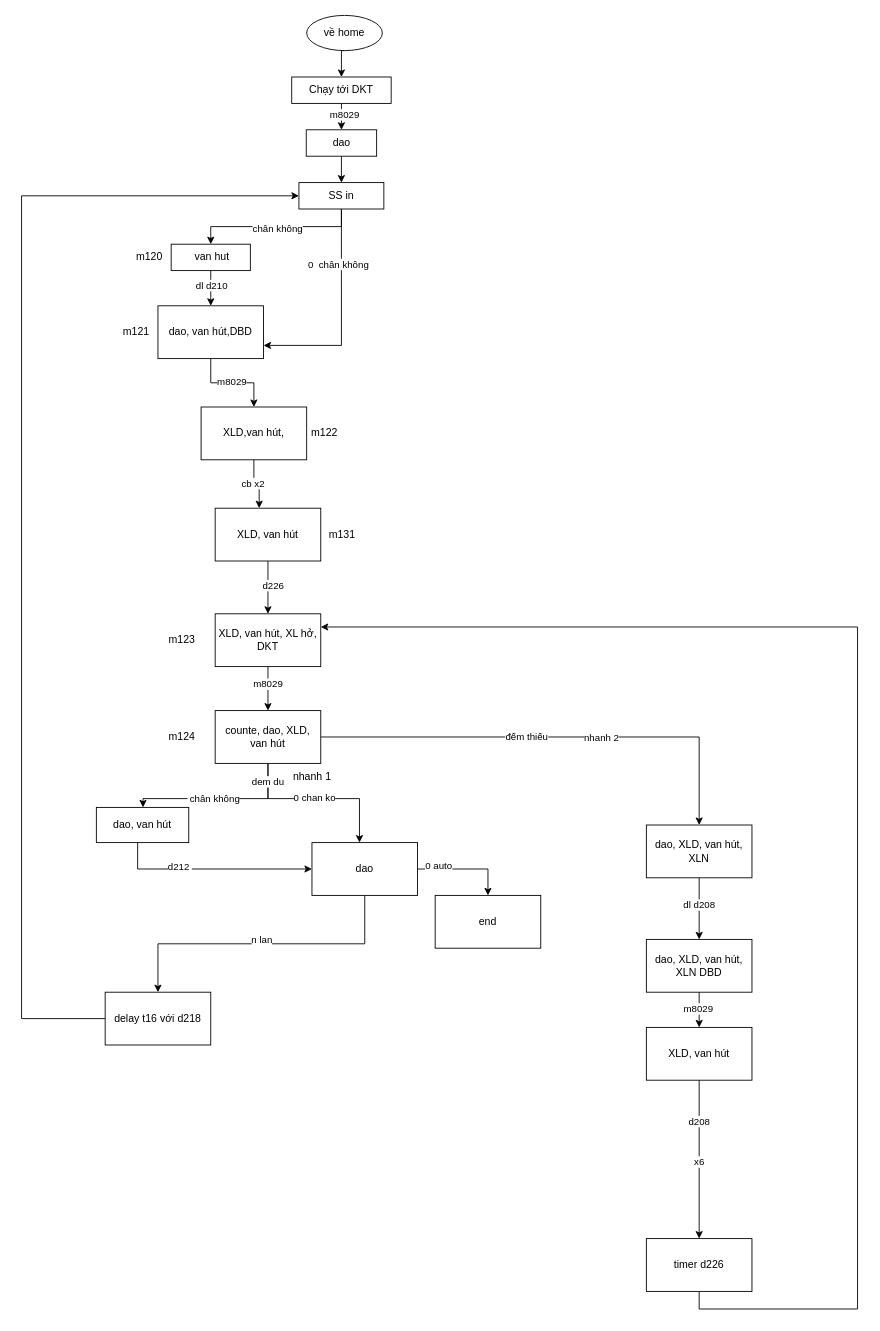
The draw.io diagram trai muc sau.drawio in robowindgit/a0-quyencun, before the edit. Source tidied: cells renumbered, new cells numbered last; positions are measured from the earlier drawing's top-left corner, leaving out a move shared by most shapes. Both pictures are drawn from the tidied source at 88%, with x=0, y=0 at pixel (21, 15).
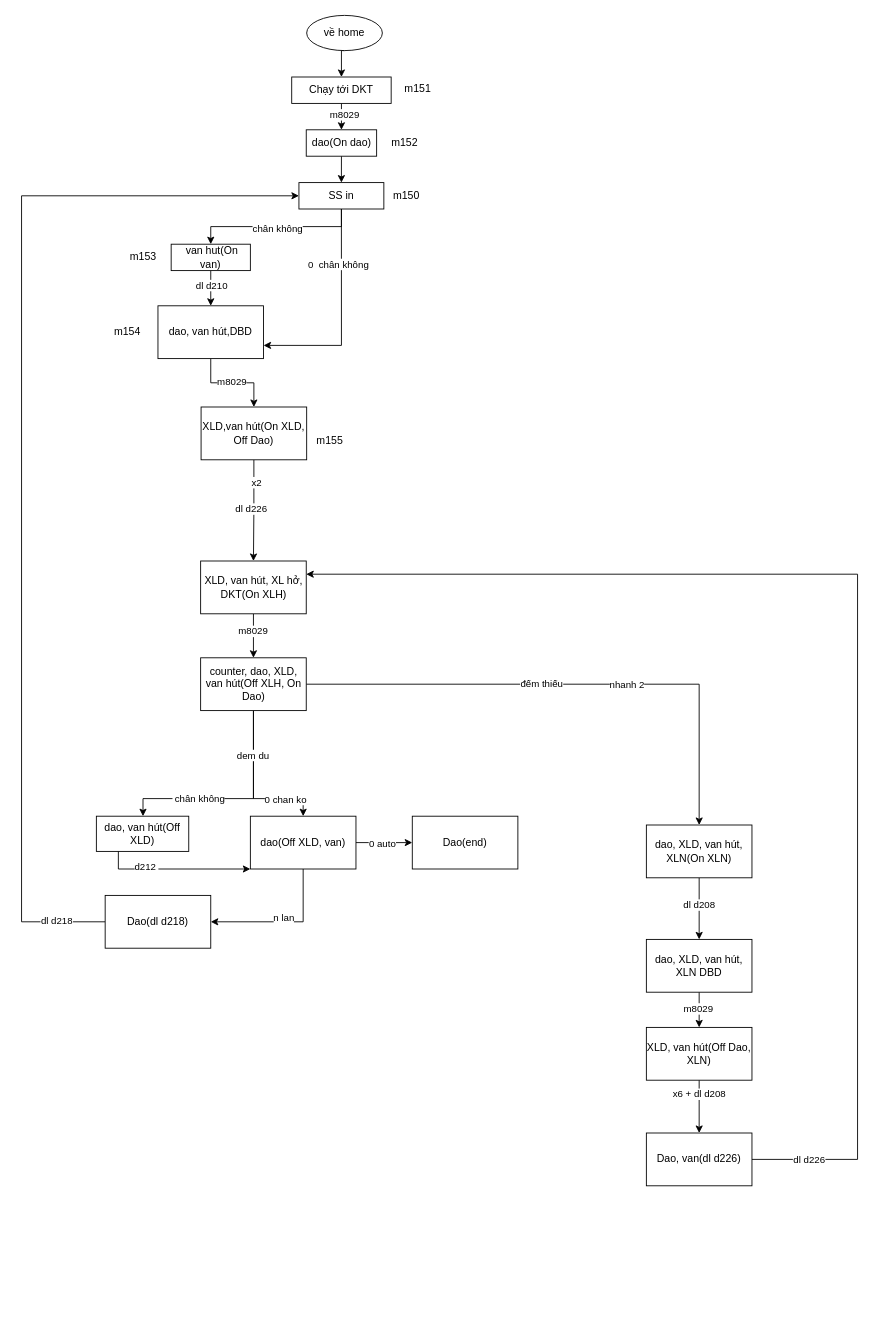
The same page after the edit.

Commit message:
Cập nhật trai muc sau.drawio

The change refers to these unchanged cells:
```xml
<mxCell id="13" value="SS in" style="whiteSpace=wrap;html=1;" parent="1" vertex="1">
  <mxGeometry x="315.2" y="190" width="96.5" height="30" as="geometry" />
</mxCell>
<mxCell id="59" style="edgeStyle=orthogonalEdgeStyle;rounded=0;jettySize=auto;html=1;exitX=0.5;exitY=1;exitDx=0;exitDy=0;entryX=0.5;entryY=0;entryDx=0;entryDy=0;" parent="1" edge="1" source="62" target="64">
  <mxGeometry relative="1" as="geometry" />
</mxCell>
```

Change to the diagram source:
```diff
@@
-    <mxCell id="8" value="dao" style="whiteSpace=wrap;html=1;" parent="1" vertex="1">
+    <mxCell id="8" value="dao(On dao)" style="whiteSpace=wrap;html=1;" parent="1" vertex="1">
       <mxGeometry x="323.5" y="130" width="80" height="30" as="geometry" />
     </mxCell>
@@
-    <mxCell id="16" value="&amp;nbsp;van hut" style="whiteSpace=wrap;html=1;" parent="1" vertex="1">
+    <mxCell id="16" value="&amp;nbsp;van hut(On van)" style="whiteSpace=wrap;html=1;" parent="1" vertex="1">
       <mxGeometry x="170" y="260" width="90" height="30" as="geometry" />
     </mxCell>
@@
+    <mxCell id="68" style="edgeStyle=orthogonalEdgeStyle;rounded=0;jettySize=auto;html=1;exitX=0.5;exitY=1;exitDx=0;exitDy=0;entryX=0.5;entryY=0;entryDx=0;entryDy=0;" parent="1" edge="1" source="20" target="28">
+      <mxGeometry relative="1" as="geometry" />
+    </mxCell>
+    <mxCell id="69" value="x2" style="edgeLabel;html=1;align=center;verticalAlign=middle;" parent="68" vertex="1">
+      <mxGeometry x="-0.78" y="2" relative="1" as="geometry">
+        <mxPoint y="12" as="offset" />
+      </mxGeometry>
+    </mxCell>
+    <mxCell id="70" value="dl d226" style="edgeLabel;html=1;align=center;verticalAlign=middle;" parent="68" vertex="1">
+      <mxGeometry x="-0.48" y="-1" relative="1" as="geometry">
+        <mxPoint x="-3" y="25" as="offset" />
+      </mxGeometry>
+    </mxCell>
-    <mxCell id="20" value="XLD,van hút," style="whiteSpace=wrap;html=1;" parent="1" vertex="1">
+    <mxCell id="20" value="XLD,van hút(On XLD, Off Dao)" style="whiteSpace=wrap;html=1;" parent="1" vertex="1">
       <mxGeometry x="204" y="445" width="120" height="60" as="geometry" />
     </mxCell>
-    <mxCell id="21" style="edgeStyle=orthogonalEdgeStyle;rounded=0;jettySize=auto;html=1;exitX=0.5;exitY=1;exitDx=0;exitDy=0;entryX=0.5;entryY=0;entryDx=0;entryDy=0;" parent="1" edge="1" source="23" target="28">
-      <mxGeometry relative="1" as="geometry" />
-    </mxCell>
-    <mxCell id="22" value="d226" style="edgeLabel;html=1;align=center;verticalAlign=middle;" parent="21" vertex="1">
-      <mxGeometry x="-0.11" y="5" relative="1" as="geometry" />
-    </mxCell>
-    <mxCell id="23" value="XLD, van hút" style="whiteSpace=wrap;html=1;" parent="1" vertex="1">
-      <mxGeometry x="220" y="560" width="120" height="60" as="geometry" />
-    </mxCell>
-    <mxCell id="24" style="edgeStyle=orthogonalEdgeStyle;rounded=0;jettySize=auto;html=1;exitX=0.5;exitY=1;exitDx=0;exitDy=0;entryX=0.417;entryY=0;entryDx=0;entryDy=0;entryPerimeter=0;" parent="1" edge="1" source="20" target="23">
-      <mxGeometry relative="1" as="geometry" />
-    </mxCell>
-    <mxCell id="25" value="cb x2" style="edgeLabel;html=1;align=center;verticalAlign=middle;" parent="24" vertex="1">
-      <mxGeometry x="-0.16" y="-2" relative="1" as="geometry" />
-    </mxCell>
@@
-    <mxCell id="28" value="XLD, van hút, XL hở, DKT" style="whiteSpace=wrap;html=1;" parent="1" vertex="1">
-      <mxGeometry x="220" y="680" width="120" height="60" as="geometry" />
+    <mxCell id="28" value="XLD, van hút, XL hở, DKT(On XLH)" style="whiteSpace=wrap;html=1;" parent="1" vertex="1">
+      <mxGeometry x="203.5" y="620" width="120" height="60" as="geometry" />
     </mxCell>
-    <mxCell id="29" value="m131" style="text;html=1;align=center;verticalAlign=middle;strokeColor=none;fillColor=none;" parent="1" vertex="1">
-      <mxGeometry x="338.5" y="575" width="50" height="30" as="geometry" />
-    </mxCell>
-    <mxCell id="30" value="m122" style="text;html=1;align=center;verticalAlign=middle;strokeColor=none;fillColor=none;" parent="1" vertex="1">
-      <mxGeometry x="318.5" y="460" width="50" height="30" as="geometry" />
-    </mxCell>
-    <mxCell id="31" value="m121" style="text;html=1;align=center;verticalAlign=middle;strokeColor=none;fillColor=none;" parent="1" vertex="1">
-      <mxGeometry x="105" y="345" width="50" height="30" as="geometry" />
-    </mxCell>
-    <mxCell id="32" value="m120" style="text;html=1;align=center;verticalAlign=middle;strokeColor=none;fillColor=none;" parent="1" vertex="1">
-      <mxGeometry x="120" y="260" width="50" height="30" as="geometry" />
-    </mxCell>
-    <mxCell id="33" value="m123" style="text;html=1;align=center;verticalAlign=middle;strokeColor=none;fillColor=none;" parent="1" vertex="1">
-      <mxGeometry x="156.5" y="695" width="50" height="30" as="geometry" />
-    </mxCell>
     <mxCell id="34" style="edgeStyle=orthogonalEdgeStyle;rounded=0;jettySize=auto;html=1;exitX=0.5;exitY=1;exitDx=0;exitDy=0;" parent="1" edge="1" source="42" target="46">
       <mxGeometry relative="1" as="geometry">
         <Array as="points">
-          <mxPoint x="280" y="890" />
+          <mxPoint x="264" y="890" />
           <mxPoint x="138" y="890" />
         </Array>
       </mxGeometry>
     </mxCell>
     <mxCell id="35" value="&amp;nbsp;chân không" style="edgeLabel;html=1;align=center;verticalAlign=middle;" parent="34" vertex="1">
-      <mxGeometry x="0.07" y="-1" relative="1" as="geometry" />
+      <mxGeometry x="0.07" y="-1" relative="1" as="geometry">
+        <mxPoint x="-32" as="offset" />
+      </mxGeometry>
     </mxCell>
-    <mxCell id="36" style="edgeStyle=orthogonalEdgeStyle;rounded=0;jettySize=auto;html=1;exitX=0.5;exitY=1;exitDx=0;exitDy=0;" parent="1" edge="1" source="42" target="52">
+    <mxCell id="36" style="edgeStyle=orthogonalEdgeStyle;rounded=0;jettySize=auto;html=1;exitX=0.5;exitY=1;exitDx=0;exitDy=0;entryX=0.5;entryY=0;entryDx=0;entryDy=0;" parent="1" edge="1" source="42" target="52">
       <mxGeometry relative="1" as="geometry">
         <Array as="points">
-          <mxPoint x="280" y="890" />
-          <mxPoint x="384" y="890" />
+          <mxPoint x="264" y="890" />
+          <mxPoint x="320" y="890" />
         </Array>
       </mxGeometry>
     </mxCell>
     <mxCell id="37" value="0 chan ko" style="edgeLabel;html=1;align=center;verticalAlign=middle;" parent="36" vertex="1">
       <mxGeometry x="-0.12" y="-2" relative="1" as="geometry">
-        <mxPoint x="7" y="-4" as="offset" />
+        <mxPoint x="38" y="22" as="offset" />
       </mxGeometry>
     </mxCell>
     <mxCell id="38" value="dem du" style="edgeLabel;html=1;align=center;verticalAlign=middle;" parent="36" vertex="1">
-      <mxGeometry x="-0.79" y="-1" relative="1" as="geometry" />
+      <mxGeometry x="-0.79" y="-1" relative="1" as="geometry">
+        <mxPoint y="31" as="offset" />
+      </mxGeometry>
     </mxCell>
@@
-    <mxCell id="42" value="counte, dao, XLD, van hút" style="whiteSpace=wrap;html=1;" parent="1" vertex="1">
-      <mxGeometry x="220" y="790" width="120" height="60" as="geometry" />
+    <mxCell id="42" value="counter, dao, XLD, van hút(Off XLH, On Dao)" style="whiteSpace=wrap;html=1;" parent="1" vertex="1">
+      <mxGeometry x="203.5" y="730" width="120" height="60" as="geometry" />
     </mxCell>
-    <mxCell id="43" value="m124" style="text;html=1;align=center;verticalAlign=middle;strokeColor=none;fillColor=none;" parent="1" vertex="1">
-      <mxGeometry x="156.5" y="805" width="50" height="30" as="geometry" />
-    </mxCell>
-    <mxCell id="44" style="edgeStyle=orthogonalEdgeStyle;rounded=0;jettySize=auto;html=1;exitX=0.5;exitY=1;exitDx=0;exitDy=0;entryX=0;entryY=0.5;entryDx=0;entryDy=0;" parent="1" edge="1" target="52">
+    <mxCell id="44" style="edgeStyle=orthogonalEdgeStyle;rounded=0;jettySize=auto;html=1;exitX=0.5;exitY=1;exitDx=0;exitDy=0;entryX=0;entryY=1;entryDx=0;entryDy=0;" parent="1" edge="1" target="52">
       <mxGeometry relative="1" as="geometry">
-        <mxPoint x="131.9" y="935" as="sourcePoint" />
+        <mxPoint x="110" y="935" as="sourcePoint" />
         <Array as="points">
-          <mxPoint x="132" y="970" />
+          <mxPoint x="110" y="970" />
         </Array>
       </mxGeometry>
     </mxCell>
@@
-    <mxCell id="46" value="dao, van hút" style="whiteSpace=wrap;html=1;" parent="1" vertex="1">
-      <mxGeometry x="85" y="900" width="105" height="40" as="geometry" />
+    <mxCell id="46" value="dao, van hút(Off XLD)" style="whiteSpace=wrap;html=1;" parent="1" vertex="1">
+      <mxGeometry x="85" y="910" width="105" height="40" as="geometry" />
     </mxCell>
     <mxCell id="47" style="edgeStyle=orthogonalEdgeStyle;rounded=0;jettySize=auto;html=1;exitX=0;exitY=0.5;exitDx=0;exitDy=0;entryX=0;entryY=0.5;entryDx=0;entryDy=0;" parent="1" edge="1" source="65" target="13">
       <mxGeometry relative="1" as="geometry">
         <Array as="points">
-          <mxPoint y="1140" />
+          <mxPoint y="1030" />
           <mxPoint y="205" />
         </Array>
       </mxGeometry>
     </mxCell>
+    <mxCell id="71" value="dl d218" style="edgeLabel;html=1;align=center;verticalAlign=middle;" parent="47" vertex="1">
+      <mxGeometry x="-0.91" y="-2" relative="1" as="geometry" />
+    </mxCell>
-    <mxCell id="48" style="edgeStyle=orthogonalEdgeStyle;rounded=0;jettySize=auto;html=1;exitX=0.5;exitY=1;exitDx=0;exitDy=0;entryX=0.5;entryY=0;entryDx=0;entryDy=0;" parent="1" edge="1" source="52" target="65">
+    <mxCell id="48" style="edgeStyle=orthogonalEdgeStyle;rounded=0;jettySize=auto;html=1;exitX=0.5;exitY=1;exitDx=0;exitDy=0;entryX=1;entryY=0.5;entryDx=0;entryDy=0;" parent="1" edge="1" source="52" target="65">
       <mxGeometry relative="1" as="geometry" />
     </mxCell>
@@
-    <mxCell id="50" style="edgeStyle=orthogonalEdgeStyle;rounded=0;jettySize=auto;html=1;exitX=1;exitY=0.5;exitDx=0;exitDy=0;entryX=0.5;entryY=0;entryDx=0;entryDy=0;" parent="1" edge="1" source="52" target="66">
+    <mxCell id="50" style="edgeStyle=orthogonalEdgeStyle;rounded=0;jettySize=auto;html=1;exitX=1;exitY=0.5;exitDx=0;exitDy=0;entryX=0;entryY=0.5;entryDx=0;entryDy=0;" parent="1" edge="1" source="52" target="66">
       <mxGeometry relative="1" as="geometry" />
     </mxCell>
     <mxCell id="51" value="0 auto" style="edgeLabel;html=1;align=center;verticalAlign=middle;" parent="50" vertex="1">
-      <mxGeometry x="-0.59" y="4" relative="1" as="geometry" />
+      <mxGeometry x="-0.59" y="4" relative="1" as="geometry">
+        <mxPoint x="16" y="4" as="offset" />
+      </mxGeometry>
     </mxCell>
-    <mxCell id="52" value="dao" style="whiteSpace=wrap;html=1;" parent="1" vertex="1">
-      <mxGeometry x="330" y="940" width="120" height="60" as="geometry" />
+    <mxCell id="52" value="dao(Off XLD, van)" style="whiteSpace=wrap;html=1;" parent="1" vertex="1">
+      <mxGeometry x="260" y="910" width="120" height="60" as="geometry" />
     </mxCell>
@@
-    <mxCell id="55" value="dao, XLD, van hút, XLN" style="whiteSpace=wrap;html=1;" parent="1" vertex="1">
+    <mxCell id="55" value="dao, XLD, van hút, XLN(On XLN)" style="whiteSpace=wrap;html=1;" parent="1" vertex="1">
       <mxGeometry x="710" y="920" width="120" height="60" as="geometry" />
     </mxCell>
@@
-    <mxCell id="60" value="d208" style="edgeLabel;html=1;align=center;verticalAlign=middle;" parent="59" vertex="1">
-      <mxGeometry x="-0.49" y="-1" relative="1" as="geometry" />
-    </mxCell>
-    <mxCell id="61" value="x6" style="edgeLabel;html=1;align=center;verticalAlign=middle;" parent="59" vertex="1">
-      <mxGeometry x="0.02" y="-1" relative="1" as="geometry" />
-    </mxCell>
+    <mxCell id="72" value="x6 + dl d208" style="edgeLabel;html=1;align=center;verticalAlign=middle;" parent="59" vertex="1">
+      <mxGeometry x="-0.49" y="-1" relative="1" as="geometry" />
+    </mxCell>
-    <mxCell id="62" value="XLD, van hút" style="whiteSpace=wrap;html=1;" parent="1" vertex="1">
+    <mxCell id="62" value="XLD, van hút(Off Dao, XLN)" style="whiteSpace=wrap;html=1;" parent="1" vertex="1">
       <mxGeometry x="710" y="1150" width="120" height="60" as="geometry" />
     </mxCell>
-    <mxCell id="63" style="edgeStyle=orthogonalEdgeStyle;rounded=0;jettySize=auto;html=1;exitX=0.5;exitY=1;exitDx=0;exitDy=0;entryX=1;entryY=0.25;entryDx=0;entryDy=0;" parent="1" edge="1" source="64" target="28">
+    <mxCell id="63" style="edgeStyle=orthogonalEdgeStyle;rounded=0;jettySize=auto;html=1;exitX=1;exitY=0.5;exitDx=0;exitDy=0;entryX=1;entryY=0.25;entryDx=0;entryDy=0;" parent="1" edge="1" source="64" target="28">
       <mxGeometry relative="1" as="geometry">
         <Array as="points">
-          <mxPoint x="770" y="1470" />
-          <mxPoint x="950" y="1470" />
-          <mxPoint x="950" y="695" />
+          <mxPoint x="950" y="1300" />
+          <mxPoint x="950" y="635" />
         </Array>
       </mxGeometry>
     </mxCell>
+    <mxCell id="73" value="dl d226" style="edgeLabel;html=1;align=center;verticalAlign=middle;" parent="63" vertex="1">
+      <mxGeometry x="-0.94" y="-4" relative="1" as="geometry">
+        <mxPoint x="22" y="-4" as="offset" />
+      </mxGeometry>
+    </mxCell>
-    <mxCell id="64" value="timer d226" style="whiteSpace=wrap;html=1;" parent="1" vertex="1">
-      <mxGeometry x="710" y="1390" width="120" height="60" as="geometry" />
+    <mxCell id="64" value="Dao, van(dl d226)" style="whiteSpace=wrap;html=1;" parent="1" vertex="1">
+      <mxGeometry x="710" y="1270" width="120" height="60" as="geometry" />
     </mxCell>
-    <mxCell id="65" value="delay t16 với d218" style="whiteSpace=wrap;html=1;" parent="1" vertex="1">
-      <mxGeometry x="95" y="1110" width="120" height="60" as="geometry" />
+    <mxCell id="65" value="Dao(dl d218)" style="whiteSpace=wrap;html=1;" parent="1" vertex="1">
+      <mxGeometry x="95" y="1000" width="120" height="60" as="geometry" />
     </mxCell>
-    <mxCell id="66" value="end" style="whiteSpace=wrap;html=1;" parent="1" vertex="1">
-      <mxGeometry x="470" y="1000" width="120" height="60" as="geometry" />
+    <mxCell id="66" value="Dao(end)" style="whiteSpace=wrap;html=1;" parent="1" vertex="1">
+      <mxGeometry x="444" y="910" width="120" height="60" as="geometry" />
     </mxCell>
-    <mxCell id="67" value="nhanh 1" style="text;html=1;align=center;verticalAlign=middle;strokeColor=none;fillColor=none;" parent="1" vertex="1">
-      <mxGeometry x="295" y="850" width="70" height="30" as="geometry" />
-    </mxCell>
+    <mxCell id="74" value="m152" style="text;html=1;align=center;verticalAlign=middle;strokeColor=none;fillColor=none;" parent="1" vertex="1">
+      <mxGeometry x="410" y="130" width="50" height="30" as="geometry" />
+    </mxCell>
+    <mxCell id="75" value="m151" style="text;html=1;align=center;verticalAlign=middle;strokeColor=none;fillColor=none;" parent="1" vertex="1">
+      <mxGeometry x="425" y="68" width="50" height="30" as="geometry" />
+    </mxCell>
+    <mxCell id="76" value="m150" style="text;html=1;align=center;verticalAlign=middle;strokeColor=none;fillColor=none;" parent="1" vertex="1">
+      <mxGeometry x="411.8" y="190" width="50" height="30" as="geometry" />
+    </mxCell>
+    <mxCell id="77" value="m153" style="text;html=1;align=center;verticalAlign=middle;strokeColor=none;fillColor=none;" parent="1" vertex="1">
+      <mxGeometry x="112.5" y="260" width="50" height="30" as="geometry" />
+    </mxCell>
+    <mxCell id="78" value="m154" style="text;html=1;align=center;verticalAlign=middle;strokeColor=none;fillColor=none;" parent="1" vertex="1">
+      <mxGeometry x="95" y="345" width="50" height="30" as="geometry" />
+    </mxCell>
+    <mxCell id="79" value="m155" style="text;html=1;align=center;verticalAlign=middle;strokeColor=none;fillColor=none;" parent="1" vertex="1">
+      <mxGeometry x="325" y="468" width="50" height="30" as="geometry" />
+    </mxCell>
```
